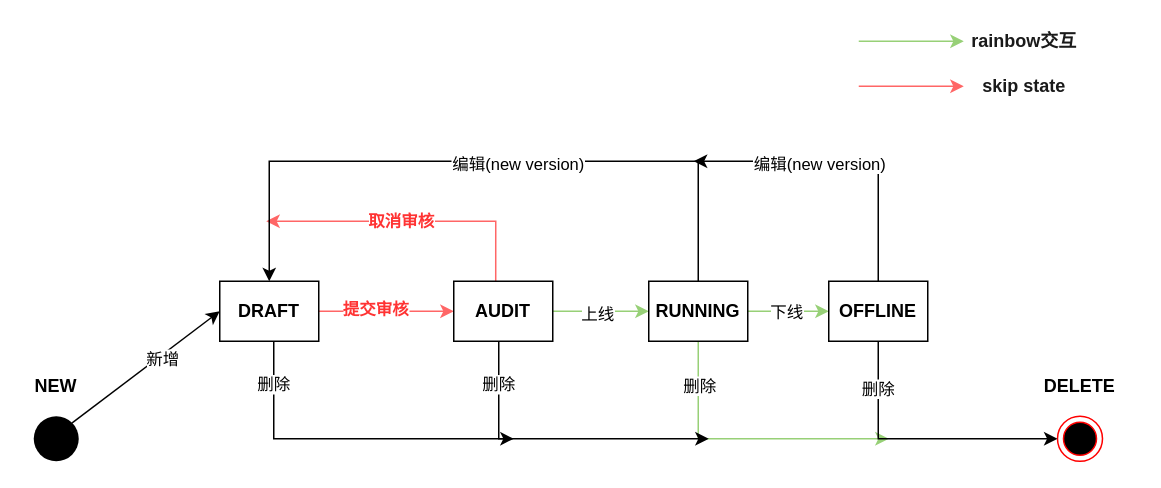
learn2Pro/draw_io_save keeps this draw.io diagram as portal-state-transition.drawio. Above is the earlier version. Source tidied: cells renumbered, new cells numbered last; positions are measured from the earlier drawing's top-left corner, leaving out a move shared by most shapes. Both pictures are drawn from the tidied source at 150%, with x=0, y=0 at pixel (26, 26).
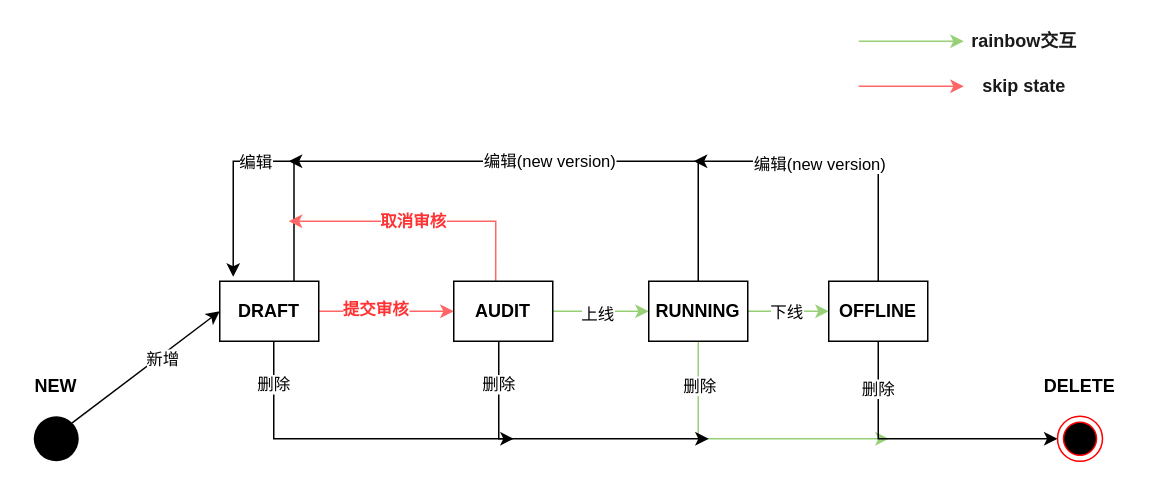
After the change.

The change refers to these unchanged cells:
```xml
<mxCell id="4" value="&lt;b&gt;DRAFT&lt;/b&gt;" style="rounded=0;whiteSpace=wrap;html=1;" parent="1" vertex="1">
  <mxGeometry x="129" y="170" width="66" height="40" as="geometry" />
</mxCell>
<mxCell id="17" value="&lt;b&gt;AUDIT&lt;/b&gt;" style="rounded=0;whiteSpace=wrap;html=1;" parent="1" vertex="1">
  <mxGeometry x="285" y="170" width="66" height="40" as="geometry" />
</mxCell>
<mxCell id="24" value="&lt;b&gt;RUNNING&lt;/b&gt;" style="rounded=0;whiteSpace=wrap;html=1;" parent="1" vertex="1">
  <mxGeometry x="415" y="170" width="66" height="40" as="geometry" />
</mxCell>
```

Diff of the diagram source:
```diff
@@
+    <mxCell id="38" style="edgeStyle=orthogonalEdgeStyle;rounded=0;orthogonalLoop=1;jettySize=auto;html=1;entryX=0.136;entryY=-0.075;entryDx=0;entryDy=0;entryPerimeter=0;exitX=0.75;exitY=0;exitDx=0;exitDy=0;" parent="1" edge="1" source="4" target="4">
+      <mxGeometry relative="1" as="geometry">
+        <Array as="points">
+          <mxPoint x="179" y="90" />
+          <mxPoint x="138" y="90" />
+        </Array>
+      </mxGeometry>
+    </mxCell>
+    <mxCell id="39" value="编辑" style="edgeLabel;html=1;align=center;verticalAlign=middle;" parent="38" vertex="1">
+      <mxGeometry x="0.08" relative="1" as="geometry">
+        <mxPoint x="1" as="offset" />
+      </mxGeometry>
+    </mxCell>
@@
     <mxCell id="15" style="edgeStyle=orthogonalEdgeStyle;rounded=0;jettySize=auto;html=1;exitX=0.424;exitY=0;exitDx=0;exitDy=0;exitPerimeter=0;strokeColor=#FF6666;" parent="1" edge="1" source="17">
       <mxGeometry relative="1" as="geometry">
-        <mxPoint x="160" y="130" as="targetPoint" />
+        <mxPoint x="175" y="130" as="targetPoint" />
         <Array as="points">
           <mxPoint x="313" y="130" />
         </Array>
       </mxGeometry>
     </mxCell>
@@
-    <mxCell id="22" style="edgeStyle=orthogonalEdgeStyle;rounded=0;jettySize=auto;html=1;entryX=0.5;entryY=0;entryDx=0;entryDy=0;" parent="1" edge="1" source="24" target="4">
-      <mxGeometry relative="1" as="geometry">
-        <Array as="points">
-          <mxPoint x="448" y="90" />
-          <mxPoint x="162" y="90" />
-        </Array>
-      </mxGeometry>
-    </mxCell>
+    <mxCell id="40" style="edgeStyle=orthogonalEdgeStyle;rounded=0;jettySize=auto;html=1;" parent="1" edge="1" source="24">
+      <mxGeometry relative="1" as="geometry">
+        <mxPoint x="175" y="90" as="targetPoint" />
+        <Array as="points">
+          <mxPoint x="448" y="90" />
+        </Array>
+      </mxGeometry>
+    </mxCell>
-    <mxCell id="23" value="编辑(new version)" style="edgeLabel;html=1;align=center;verticalAlign=middle;" parent="22" vertex="1">
-      <mxGeometry x="-0.1" y="1" relative="1" as="geometry" />
+    <mxCell id="23" value="编辑(new version)" style="edgeLabel;html=1;align=center;verticalAlign=middle;" parent="40" vertex="1">
+      <mxGeometry x="0.02" y="-1" relative="1" as="geometry" />
     </mxCell>
```
